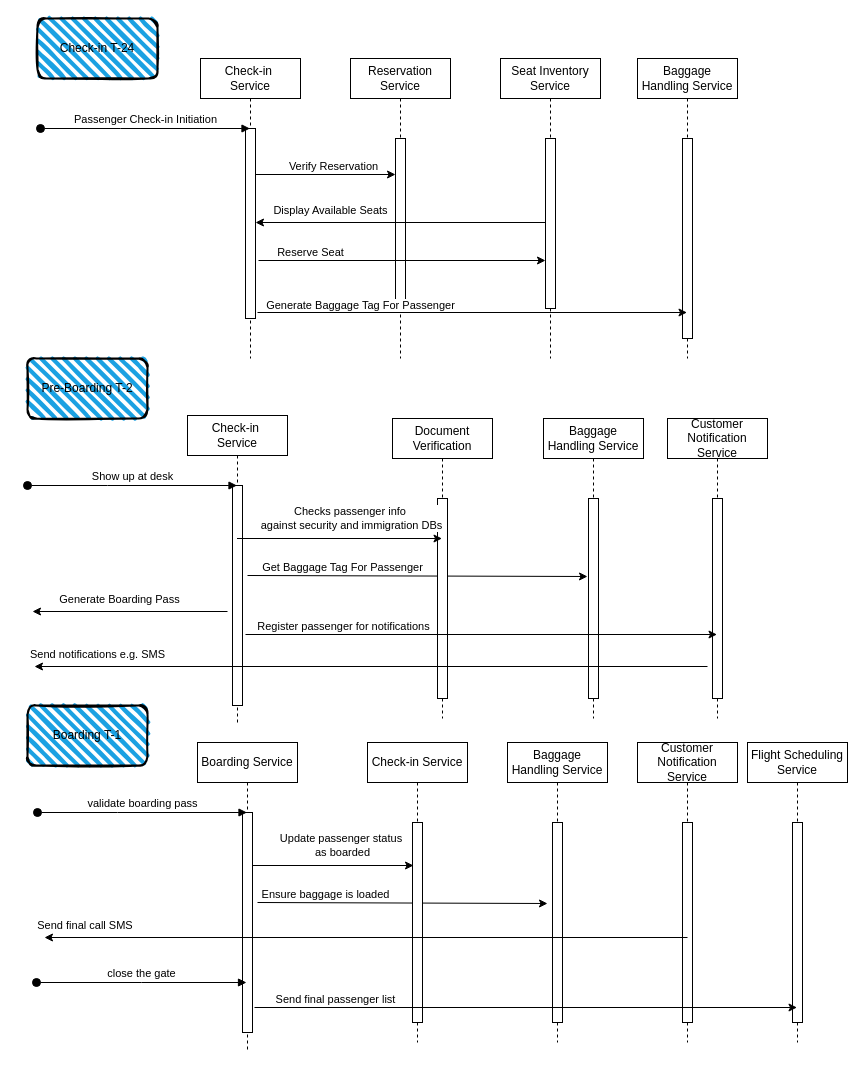
Before: Untitled Diagram.drawio in OrcunColak/drawio, a draw.io diagram. Source tidied: cells renumbered, new cells numbered last; positions are measured from the earlier drawing's top-left corner, leaving out a move shared by most shapes. Both pictures are drawn from the tidied source at 100%, with x=0, y=0 at pixel (27, 18).
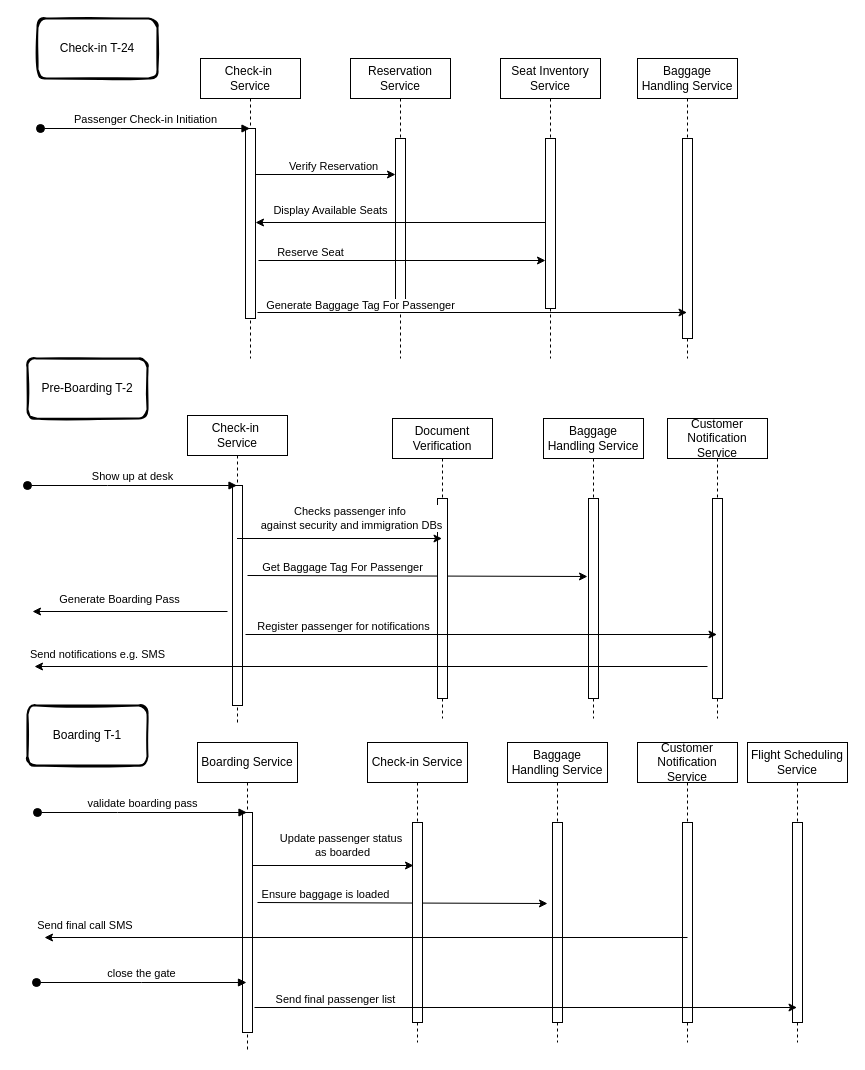
Above is the later version.

What changed in the source:
```diff
@@
-    <mxCell id="51" value="Boarding T-1" style="rounded=1;whiteSpace=wrap;html=1;strokeWidth=2;fillWeight=4;hachureGap=8;hachureAngle=45;fillColor=#1ba1e2;sketch=1;" parent="1" vertex="1">
+    <mxCell id="51" value="Boarding T-1" style="rounded=1;whiteSpace=wrap;html=1;strokeWidth=2;fillWeight=4;hachureGap=8;hachureAngle=45;fillColor=none;sketch=1;" parent="1" vertex="1">
       <mxGeometry y="687" width="120" height="60" as="geometry" />
     </mxCell>
-    <mxCell id="52" value="Pre-Boarding T-2" style="rounded=1;whiteSpace=wrap;html=1;strokeWidth=2;fillWeight=4;hachureGap=8;hachureAngle=45;fillColor=#1ba1e2;sketch=1;" parent="1" vertex="1">
+    <mxCell id="52" value="Pre-Boarding T-2" style="rounded=1;whiteSpace=wrap;html=1;strokeWidth=2;fillWeight=4;hachureGap=8;hachureAngle=45;fillColor=none;sketch=1;" parent="1" vertex="1">
       <mxGeometry y="340" width="120" height="60" as="geometry" />
     </mxCell>
-    <mxCell id="53" value="Check-in T-24" style="rounded=1;whiteSpace=wrap;html=1;strokeWidth=2;fillWeight=4;hachureGap=8;hachureAngle=45;fillColor=#1ba1e2;sketch=1;" parent="1" vertex="1">
+    <mxCell id="53" value="Check-in T-24" style="rounded=1;whiteSpace=wrap;html=1;strokeWidth=2;fillWeight=4;hachureGap=8;hachureAngle=45;fillColor=none;sketch=1;" parent="1" vertex="1">
       <mxGeometry x="10" width="120" height="60" as="geometry" />
     </mxCell>
```
